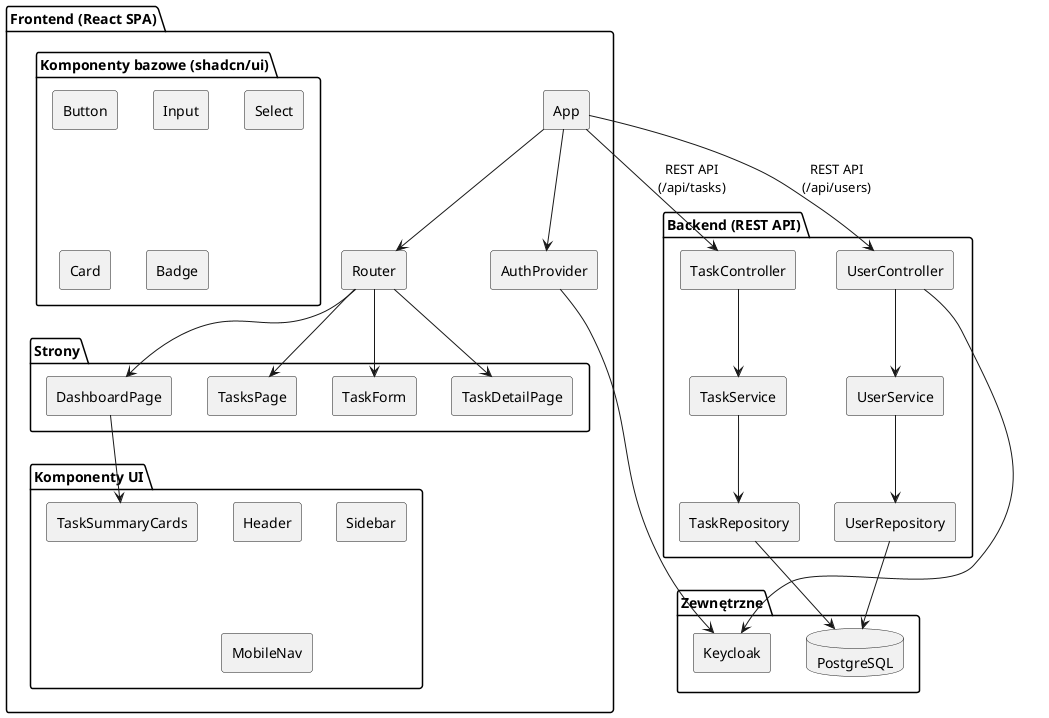
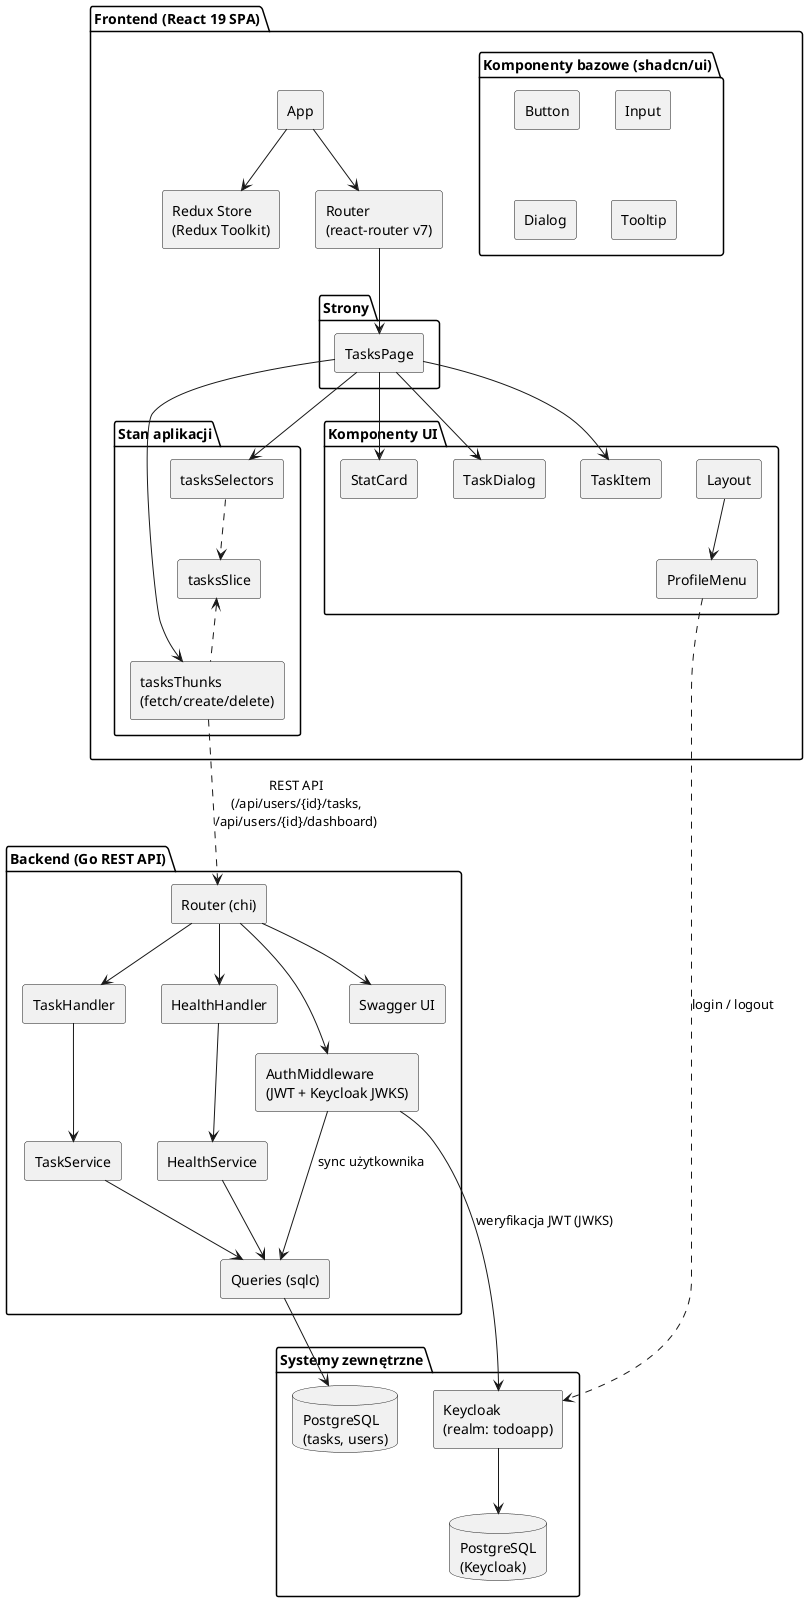
@startuml
skinparam componentStyle rectangle

- package "Frontend (React SPA)" {
+ package "Frontend (React 19 SPA)" {
    [App] as app
-     [Router] as router
-     [AuthProvider] as auth
+     [Router\n(react-router v7)] as router
+     [Redux Store\n(Redux Toolkit)] as store

    package "Strony" {
-         [DashboardPage] as dashboard
        [TasksPage] as tasks
-         [TaskForm] as form
-         [TaskDetailPage] as detail
    }

    package "Komponenty UI" {
-         [Header] as header
-         [Sidebar] as sidebar
-         [MobileNav] as mobile
-         [TaskSummaryCards] as summary
+         [Layout] as layout
+         [TaskDialog] as dialog
+         [TaskItem] as item
+         [StatCard] as stat
+         [ProfileMenu] as profile
+     }
+ 
+     package "Stan aplikacji" {
+         [tasksSlice] as slice
+         [tasksThunks\n(fetch/create/delete)] as thunks
+         [tasksSelectors] as selectors
    }

    package "Komponenty bazowe (shadcn/ui)" {
        [Button] as btn
        [Input] as input
-         [Select] as select
-         [Card] as card
-         [Badge] as badge
+         [Dialog] as dlg
+         [Tooltip] as tooltip
    }
}

- package "Backend (REST API)" {
-     [TaskController] as taskCtrl
-     [UserController] as userCtrl
+ package "Backend (Go REST API)" {
+     [Router (chi)] as chi
+     [AuthMiddleware\n(JWT + Keycloak JWKS)] as authmw
+     [TaskHandler] as taskCtrl
+     [HealthHandler] as healthCtrl
    [TaskService] as taskSvc
-     [UserService] as userSvc
-     [TaskRepository] as taskRepo
-     [UserRepository] as userRepo
+     [HealthService] as healthSvc
+     [Queries (sqlc)] as repo
+     [Swagger UI] as swagger
}

- package "Zewnętrzne" {
-     database "PostgreSQL" as db
-     [Keycloak] as kc
+ package "Systemy zewnętrzne" {
+     database "PostgreSQL\n(tasks, users)" as db
+     [Keycloak\n(realm: todoapp)] as kc
+     database "PostgreSQL\n(Keycloak)" as kcdb
}

app --> router
- app --> auth
- router --> dashboard
+ app --> store
router --> tasks
- router --> form
- router --> detail
+ tasks --> dialog
+ tasks --> item
+ tasks --> stat
+ layout --> profile
+ slice <.. thunks
+ selectors ..> slice
+ tasks --> selectors
+ tasks --> thunks

- dashboard --> summary
+ chi --> authmw
+ authmw --> kc : weryfikacja JWT (JWKS)
+ authmw --> repo : sync użytkownika
+ chi --> taskCtrl
+ chi --> healthCtrl
+ chi --> swagger
+ taskCtrl --> taskSvc
+ healthCtrl --> healthSvc
+ taskSvc --> repo
+ healthSvc --> repo
+ repo --> db

- taskCtrl --> taskSvc
- userCtrl --> userSvc
- taskSvc --> taskRepo
- userSvc --> userRepo
- taskRepo --> db
- userRepo --> db
+ kc --> kcdb

- auth --> kc
- userCtrl --> kc
- 
- app --> taskCtrl : REST API\n(/api/tasks)
- app --> userCtrl : REST API\n(/api/users)
+ thunks ..> chi : REST API\n(/api/users/{id}/tasks,\n/api/users/{id}/dashboard)
+ profile ..> kc : login / logout

@enduml
